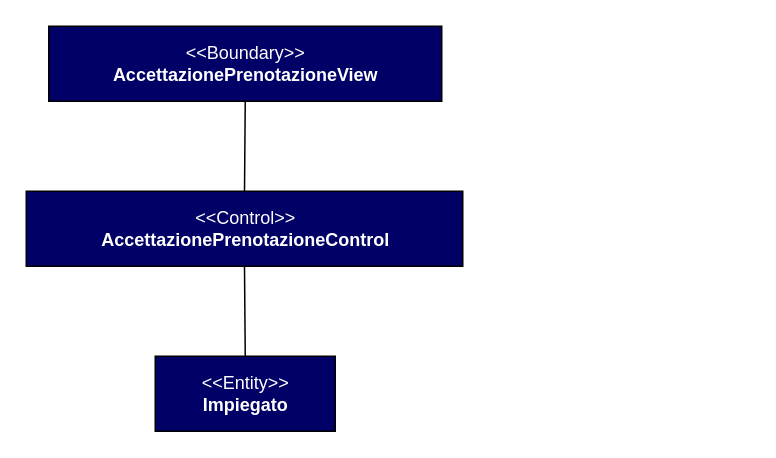
The draw.io diagram Documenti/UML Aggiornati/Accettazione Prenotazione/Accettazione.drawio in Givaa/MedQueue, before the edit. Source tidied: cells renumbered, new cells numbered last; positions are measured from the earlier drawing's top-left corner, leaving out a move shared by most shapes. Both pictures are drawn from the tidied source at 150%, with x=0, y=0 at pixel (26, 26).
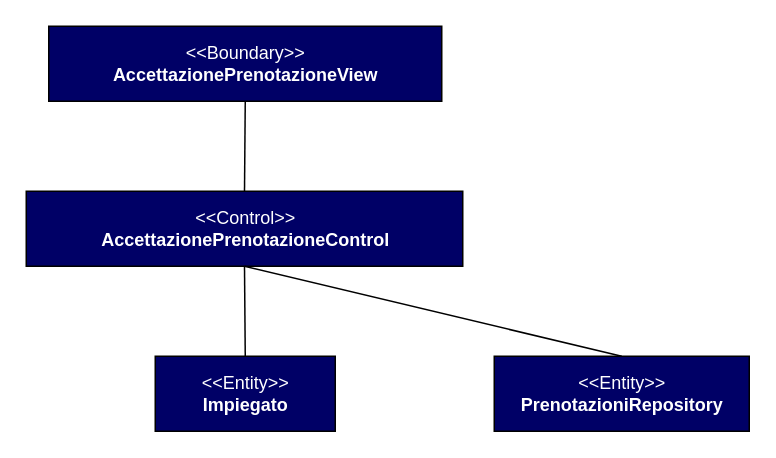
After the change.

Commit message:
Aggiunta PrenotazioniRepository ad Accettazione.drawio

Diff of the diagram source:
```diff
@@
 <mxGraphModel>
   <root>
     <mxCell id="0" />
     <mxCell id="1" parent="0" />
     <mxCell id="2" value="&lt;font color=&quot;#ffffff&quot;&gt;&amp;lt;&amp;lt;Entity&amp;gt;&amp;gt;&lt;br&gt;&lt;/font&gt;&lt;div&gt;&lt;b&gt;&lt;font color=&quot;#ffffff&quot;&gt;Impiegato&lt;/font&gt;&lt;/b&gt;&lt;br&gt;&lt;/div&gt;" style="html=1;fillColor=#000066;" parent="1" vertex="1">
       <mxGeometry x="86" y="220" width="120" height="50" as="geometry" />
     </mxCell>
     <mxCell id="3" value="&lt;font color=&quot;#ffffff&quot;&gt;&amp;lt;&amp;lt;Control&amp;gt;&amp;gt;&lt;br&gt;&lt;/font&gt;&lt;div&gt;&lt;b&gt;&lt;font color=&quot;#ffffff&quot;&gt;AccettazionePrenotazioneControl&lt;/font&gt;&lt;/b&gt;&lt;br&gt;&lt;/div&gt;" style="html=1;fillColor=#000066;" parent="1" vertex="1">
       <mxGeometry y="110" width="291" height="50" as="geometry" />
     </mxCell>
     <mxCell id="4" value="&lt;font color=&quot;#ffffff&quot;&gt;&amp;lt;&amp;lt;Boundary&amp;gt;&amp;gt;&lt;br&gt;&lt;/font&gt;&lt;div&gt;&lt;b&gt;&lt;font color=&quot;#ffffff&quot;&gt;AccettazionePrenotazioneView&lt;/font&gt;&lt;/b&gt;&lt;br&gt;&lt;/div&gt;" style="html=1;fillColor=#000066;" parent="1" vertex="1">
       <mxGeometry x="15" width="262" height="50" as="geometry" />
     </mxCell>
     <mxCell id="5" style="endArrow=none;html=1;entryX=0.5;entryY=1;entryDx=0;entryDy=0;exitX=0.5;exitY=0;exitDx=0;exitDy=0;" parent="1" edge="1" source="2" target="3">
       <mxGeometry relative="1" as="geometry" />
     </mxCell>
     <mxCell id="6" style="endArrow=none;html=1;entryX=0.5;entryY=1;entryDx=0;entryDy=0;exitX=0.5;exitY=0;exitDx=0;exitDy=0;" parent="1" edge="1" source="3" target="4">
       <mxGeometry relative="1" as="geometry" />
     </mxCell>
+    <mxCell id="7" style="endArrow=none;html=1;entryX=0.5;entryY=1;entryDx=0;entryDy=0;exitX=0.5;exitY=0;exitDx=0;exitDy=0;" parent="1" edge="1" source="8" target="3">
+      <mxGeometry relative="1" as="geometry" />
+    </mxCell>
+    <mxCell id="8" value="&lt;div&gt;&lt;font color=&quot;#ffffff&quot;&gt;&amp;lt;&amp;lt;Entity&amp;gt;&amp;gt;&lt;br&gt;&lt;/font&gt;&lt;/div&gt;&lt;div&gt;&lt;b&gt;&lt;font color=&quot;#ffffff&quot;&gt;PrenotazioniRepository&lt;/font&gt;&lt;/b&gt;&lt;br&gt;&lt;/div&gt;" style="html=1;fillColor=#000066;" parent="1" vertex="1">
+      <mxGeometry x="312" y="220" width="170" height="50" as="geometry" />
+    </mxCell>
   </root>
 </mxGraphModel>
```
